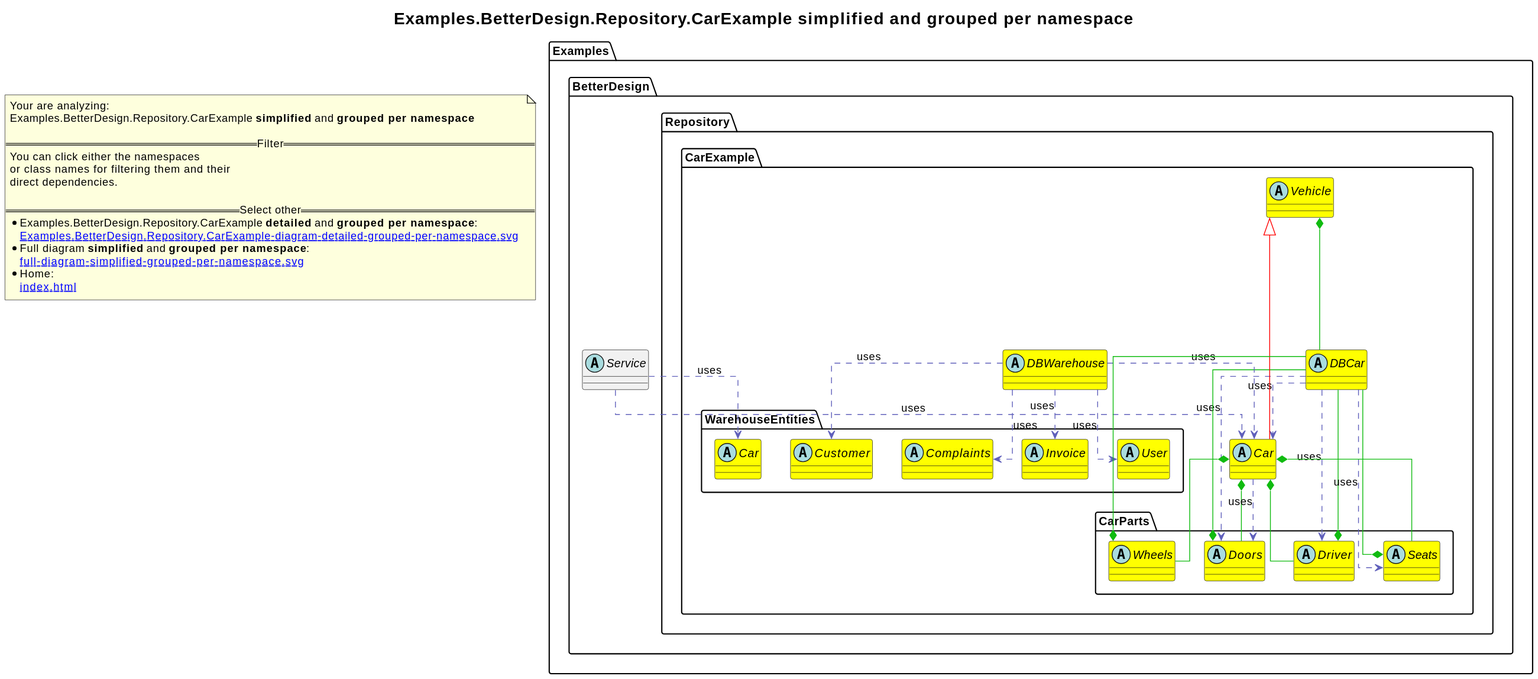
Above: revenger-csharp-adapter.out/Examples.BetterDesign.Repository.CarExample-diagram-simplified-grouped-per-namespace.svg in 2BlackCoffees/revenger (PlantUML), before the change. Its diagram source:
```plantuml
@startuml
skinparam linetype ortho
title <size:20>Examples.BetterDesign.Repository.CarExample **simplified** and **grouped per namespace**</size>
note "Your are analyzing:\nExamples.BetterDesign.Repository.CarExample **simplified** and **grouped per namespace**\n\n==Filter==\nYou can click either the namespaces \nor class names for filtering them and their\ndirect dependencies.\n\n==Select other==\n* Examples.BetterDesign.Repository.CarExample **detailed** and **grouped per namespace**:\n   [[Examples.BetterDesign.Repository.CarExample-diagram-detailed-grouped-per-namespace.svg]]\n* Full diagram **simplified** and **grouped per namespace**:\n   [[full-diagram-simplified-grouped-per-namespace.svg]]\n* Home:\n   [[index.html]]" as FloatingNote
namespace Examples [[Examples-diagram-simplified-grouped-per-namespace.svg]] {
namespace Examples.BetterDesign [[Examples.BetterDesign-diagram-simplified-grouped-per-namespace.svg]] {
  abstract class Examples.BetterDesign.Service [[Examples.BetterDesign.Service-diagram-simplified-grouped-per-namespace.svg]]  {
  }
}
}
namespace Examples [[Examples-diagram-simplified-grouped-per-namespace.svg]] {
namespace Examples.BetterDesign [[Examples.BetterDesign-diagram-simplified-grouped-per-namespace.svg]] {
namespace Examples.BetterDesign.Repository [[Examples.BetterDesign.Repository-diagram-simplified-grouped-per-namespace.svg]] {
namespace Examples.BetterDesign.Repository.CarExample [[Examples.BetterDesign.Repository.CarExample-diagram-simplified-grouped-per-namespace.svg]] {
      abstract class Examples.BetterDesign.Repository.CarExample.DBCar [[Examples.BetterDesign.Repository.CarExample.DBCar-diagram-simplified-grouped-per-namespace.svg]] #yellow {
      }
      abstract class Examples.BetterDesign.Repository.CarExample.Car [[Examples.BetterDesign.Repository.CarExample.Car-diagram-simplified-grouped-per-namespace.svg]] #yellow {
      }
      abstract class Examples.BetterDesign.Repository.CarExample.DBWarehouse [[Examples.BetterDesign.Repository.CarExample.DBWarehouse-diagram-simplified-grouped-per-namespace.svg]] #yellow {
      }
      abstract class Examples.BetterDesign.Repository.CarExample.Vehicle [[Examples.BetterDesign.Repository.CarExample.Vehicle-diagram-simplified-grouped-per-namespace.svg]] #yellow {
      }
}
}
}
}
namespace Examples [[Examples-diagram-simplified-grouped-per-namespace.svg]] {
namespace Examples.BetterDesign [[Examples.BetterDesign-diagram-simplified-grouped-per-namespace.svg]] {
namespace Examples.BetterDesign.Repository [[Examples.BetterDesign.Repository-diagram-simplified-grouped-per-namespace.svg]] {
namespace Examples.BetterDesign.Repository.CarExample [[Examples.BetterDesign.Repository.CarExample-diagram-simplified-grouped-per-namespace.svg]] {
namespace Examples.BetterDesign.Repository.CarExample.CarParts [[Examples.BetterDesign.Repository.CarExample.CarParts-diagram-simplified-grouped-per-namespace.svg]] {
        abstract class Examples.BetterDesign.Repository.CarExample.CarParts.Driver [[Examples.BetterDesign.Repository.CarExample.CarParts.Driver-diagram-simplified-grouped-per-namespace.svg]] #yellow {
        }
        abstract class Examples.BetterDesign.Repository.CarExample.CarParts.Seats [[Examples.BetterDesign.Repository.CarExample.CarParts.Seats-diagram-simplified-grouped-per-namespace.svg]] #yellow {
        }
        abstract class Examples.BetterDesign.Repository.CarExample.CarParts.Doors [[Examples.BetterDesign.Repository.CarExample.CarParts.Doors-diagram-simplified-grouped-per-namespace.svg]] #yellow {
        }
        abstract class Examples.BetterDesign.Repository.CarExample.CarParts.Wheels [[Examples.BetterDesign.Repository.CarExample.CarParts.Wheels-diagram-simplified-grouped-per-namespace.svg]] #yellow {
        }
}
}
}
}
}
namespace Examples [[Examples-diagram-simplified-grouped-per-namespace.svg]] {
namespace Examples.BetterDesign [[Examples.BetterDesign-diagram-simplified-grouped-per-namespace.svg]] {
namespace Examples.BetterDesign.Repository [[Examples.BetterDesign.Repository-diagram-simplified-grouped-per-namespace.svg]] {
namespace Examples.BetterDesign.Repository.CarExample [[Examples.BetterDesign.Repository.CarExample-diagram-simplified-grouped-per-namespace.svg]] {
namespace Examples.BetterDesign.Repository.CarExample.WarehouseEntities [[Examples.BetterDesign.Repository.CarExample.WarehouseEntities-diagram-simplified-grouped-per-namespace.svg]] {
        abstract class Examples.BetterDesign.Repository.CarExample.WarehouseEntities.Invoice [[Examples.BetterDesign.Repository.CarExample.WarehouseEntities.Invoice-diagram-simplified-grouped-per-namespace.svg]] #yellow {
        }
        abstract class Examples.BetterDesign.Repository.CarExample.WarehouseEntities.Complaints [[Examples.BetterDesign.Repository.CarExample.WarehouseEntities.Complaints-diagram-simplified-grouped-per-namespace.svg]] #yellow {
        }
        abstract class Examples.BetterDesign.Repository.CarExample.WarehouseEntities.Customer [[Examples.BetterDesign.Repository.CarExample.WarehouseEntities.Customer-diagram-simplified-grouped-per-namespace.svg]] #yellow {
        }
        abstract class Examples.BetterDesign.Repository.CarExample.WarehouseEntities.User [[Examples.BetterDesign.Repository.CarExample.WarehouseEntities.User-diagram-simplified-grouped-per-namespace.svg]] #yellow {
        }
        abstract class Examples.BetterDesign.Repository.CarExample.WarehouseEntities.Car [[Examples.BetterDesign.Repository.CarExample.WarehouseEntities.Car-diagram-simplified-grouped-per-namespace.svg]] #yellow {
        }
}
}
}
}
}
Examples.BetterDesign.Service .[#6060BB].> Examples.BetterDesign.Repository.CarExample.Car  : uses
Examples.BetterDesign.Service .[#6060BB].> Examples.BetterDesign.Repository.CarExample.WarehouseEntities.Car  : uses
Examples.BetterDesign.Repository.CarExample.DBCar .[#6060BB].> Examples.BetterDesign.Repository.CarExample.CarParts.Driver  : uses
Examples.BetterDesign.Repository.CarExample.DBCar .[#6060BB].> Examples.BetterDesign.Repository.CarExample.Car  : uses
Examples.BetterDesign.Repository.CarExample.DBCar .[#6060BB].> Examples.BetterDesign.Repository.CarExample.CarParts.Seats  : uses
Examples.BetterDesign.Repository.CarExample.DBCar .[#6060BB].> Examples.BetterDesign.Repository.CarExample.CarParts.Doors  : uses
Examples.BetterDesign.Repository.CarExample.Vehicle <|-[#red]- Examples.BetterDesign.Repository.CarExample.Car
Examples.BetterDesign.Repository.CarExample.Car *-[#10BB10]- Examples.BetterDesign.Repository.CarExample.CarParts.Wheels
Examples.BetterDesign.Repository.CarExample.Car *-[#10BB10]- Examples.BetterDesign.Repository.CarExample.CarParts.Seats
Examples.BetterDesign.Repository.CarExample.Car *-[#10BB10]- Examples.BetterDesign.Repository.CarExample.CarParts.Driver
Examples.BetterDesign.Repository.CarExample.Car *-[#10BB10]- Examples.BetterDesign.Repository.CarExample.CarParts.Doors
Examples.BetterDesign.Repository.CarExample.Car .[#6060BB].> Examples.BetterDesign.Repository.CarExample.CarParts.Doors  : uses
Examples.BetterDesign.Repository.CarExample.DBWarehouse .[#6060BB].> Examples.BetterDesign.Repository.CarExample.WarehouseEntities.Invoice  : uses
Examples.BetterDesign.Repository.CarExample.DBWarehouse .[#6060BB].> Examples.BetterDesign.Repository.CarExample.WarehouseEntities.Complaints  : uses
Examples.BetterDesign.Repository.CarExample.DBWarehouse .[#6060BB].> Examples.BetterDesign.Repository.CarExample.WarehouseEntities.Customer  : uses
Examples.BetterDesign.Repository.CarExample.DBWarehouse .[#6060BB].> Examples.BetterDesign.Repository.CarExample.Car  : uses
Examples.BetterDesign.Repository.CarExample.DBWarehouse .[#6060BB].> Examples.BetterDesign.Repository.CarExample.WarehouseEntities.User  : uses
Examples.BetterDesign.Repository.CarExample.Vehicle *-[#10BB10]- Examples.BetterDesign.Repository.CarExample.DBCar
Examples.BetterDesign.Repository.CarExample.CarParts.Driver *-[#10BB10]- Examples.BetterDesign.Repository.CarExample.DBCar
Examples.BetterDesign.Repository.CarExample.CarParts.Seats *-[#10BB10]- Examples.BetterDesign.Repository.CarExample.DBCar
Examples.BetterDesign.Repository.CarExample.CarParts.Doors *-[#10BB10]- Examples.BetterDesign.Repository.CarExample.DBCar
Examples.BetterDesign.Repository.CarExample.CarParts.Wheels *-[#10BB10]- Examples.BetterDesign.Repository.CarExample.DBCar
@enduml
```
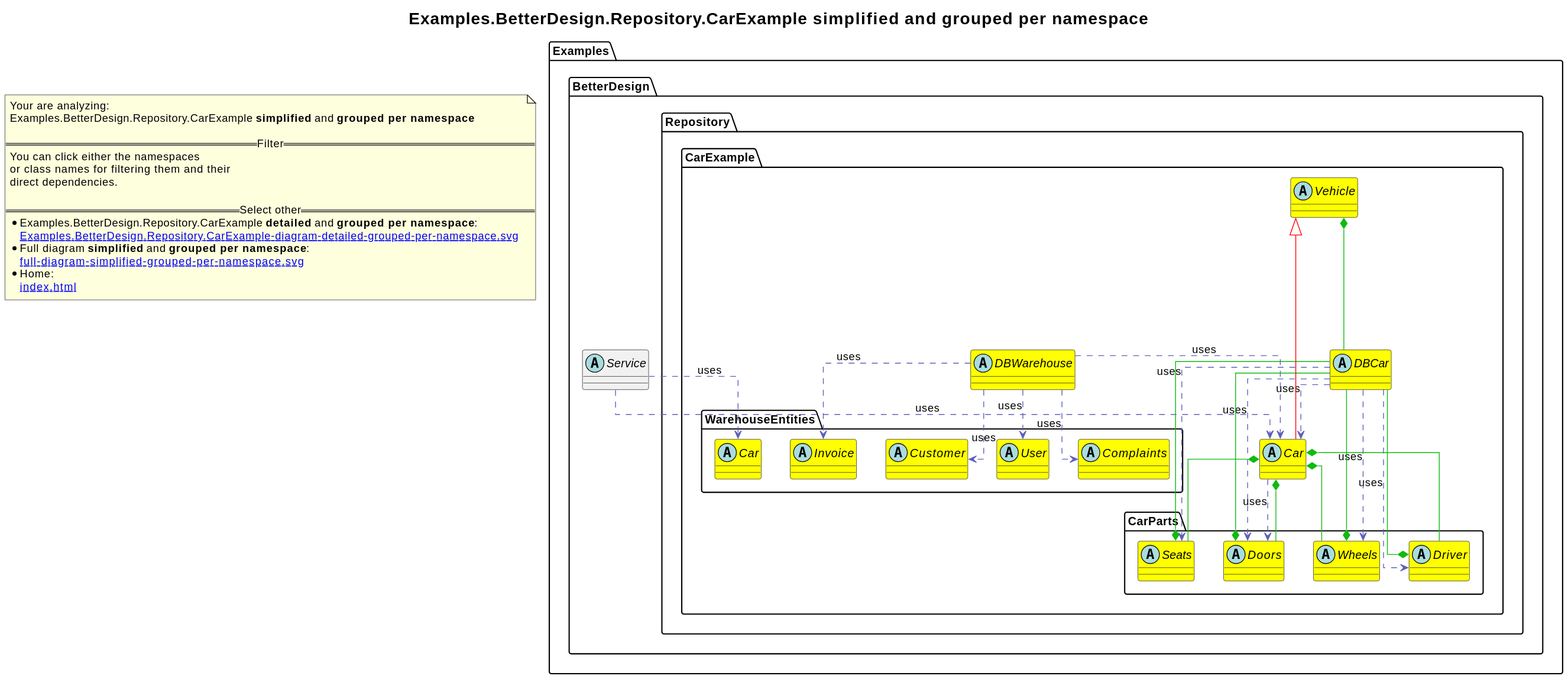
Above is the later version.

Diff of the diagram source:
```diff
@@ -47,11 +47,11 @@
 namespace Examples.BetterDesign.Repository [[Examples.BetterDesign.Repository-diagram-simplified-grouped-per-namespace.svg]] {
 namespace Examples.BetterDesign.Repository.CarExample [[Examples.BetterDesign.Repository.CarExample-diagram-simplified-grouped-per-namespace.svg]] {
 namespace Examples.BetterDesign.Repository.CarExample.WarehouseEntities [[Examples.BetterDesign.Repository.CarExample.WarehouseEntities-diagram-simplified-grouped-per-namespace.svg]] {
+        abstract class Examples.BetterDesign.Repository.CarExample.WarehouseEntities.Customer [[Examples.BetterDesign.Repository.CarExample.WarehouseEntities.Customer-diagram-simplified-grouped-per-namespace.svg]] #yellow {
+        }
         abstract class Examples.BetterDesign.Repository.CarExample.WarehouseEntities.Invoice [[Examples.BetterDesign.Repository.CarExample.WarehouseEntities.Invoice-diagram-simplified-grouped-per-namespace.svg]] #yellow {
         }
         abstract class Examples.BetterDesign.Repository.CarExample.WarehouseEntities.Complaints [[Examples.BetterDesign.Repository.CarExample.WarehouseEntities.Complaints-diagram-simplified-grouped-per-namespace.svg]] #yellow {
-        }
-        abstract class Examples.BetterDesign.Repository.CarExample.WarehouseEntities.Customer [[Examples.BetterDesign.Repository.CarExample.WarehouseEntities.Customer-diagram-simplified-grouped-per-namespace.svg]] #yellow {
         }
         abstract class Examples.BetterDesign.Repository.CarExample.WarehouseEntities.User [[Examples.BetterDesign.Repository.CarExample.WarehouseEntities.User-diagram-simplified-grouped-per-namespace.svg]] #yellow {
         }
@@ -62,22 +62,23 @@
 }
 }
 }
+Examples.BetterDesign.Service .[#6060BB].> Examples.BetterDesign.Repository.CarExample.WarehouseEntities.Car  : uses
 Examples.BetterDesign.Service .[#6060BB].> Examples.BetterDesign.Repository.CarExample.Car  : uses
-Examples.BetterDesign.Service .[#6060BB].> Examples.BetterDesign.Repository.CarExample.WarehouseEntities.Car  : uses
 Examples.BetterDesign.Repository.CarExample.DBCar .[#6060BB].> Examples.BetterDesign.Repository.CarExample.CarParts.Driver  : uses
 Examples.BetterDesign.Repository.CarExample.DBCar .[#6060BB].> Examples.BetterDesign.Repository.CarExample.Car  : uses
 Examples.BetterDesign.Repository.CarExample.DBCar .[#6060BB].> Examples.BetterDesign.Repository.CarExample.CarParts.Seats  : uses
 Examples.BetterDesign.Repository.CarExample.DBCar .[#6060BB].> Examples.BetterDesign.Repository.CarExample.CarParts.Doors  : uses
+Examples.BetterDesign.Repository.CarExample.DBCar .[#6060BB].> Examples.BetterDesign.Repository.CarExample.CarParts.Wheels  : uses
 Examples.BetterDesign.Repository.CarExample.Vehicle <|-[#red]- Examples.BetterDesign.Repository.CarExample.Car
 Examples.BetterDesign.Repository.CarExample.Car *-[#10BB10]- Examples.BetterDesign.Repository.CarExample.CarParts.Wheels
 Examples.BetterDesign.Repository.CarExample.Car *-[#10BB10]- Examples.BetterDesign.Repository.CarExample.CarParts.Seats
 Examples.BetterDesign.Repository.CarExample.Car *-[#10BB10]- Examples.BetterDesign.Repository.CarExample.CarParts.Driver
 Examples.BetterDesign.Repository.CarExample.Car *-[#10BB10]- Examples.BetterDesign.Repository.CarExample.CarParts.Doors
 Examples.BetterDesign.Repository.CarExample.Car .[#6060BB].> Examples.BetterDesign.Repository.CarExample.CarParts.Doors  : uses
+Examples.BetterDesign.Repository.CarExample.DBWarehouse .[#6060BB].> Examples.BetterDesign.Repository.CarExample.WarehouseEntities.Customer  : uses
 Examples.BetterDesign.Repository.CarExample.DBWarehouse .[#6060BB].> Examples.BetterDesign.Repository.CarExample.WarehouseEntities.Invoice  : uses
+Examples.BetterDesign.Repository.CarExample.DBWarehouse .[#6060BB].> Examples.BetterDesign.Repository.CarExample.Car  : uses
 Examples.BetterDesign.Repository.CarExample.DBWarehouse .[#6060BB].> Examples.BetterDesign.Repository.CarExample.WarehouseEntities.Complaints  : uses
-Examples.BetterDesign.Repository.CarExample.DBWarehouse .[#6060BB].> Examples.BetterDesign.Repository.CarExample.WarehouseEntities.Customer  : uses
-Examples.BetterDesign.Repository.CarExample.DBWarehouse .[#6060BB].> Examples.BetterDesign.Repository.CarExample.Car  : uses
 Examples.BetterDesign.Repository.CarExample.DBWarehouse .[#6060BB].> Examples.BetterDesign.Repository.CarExample.WarehouseEntities.User  : uses
 Examples.BetterDesign.Repository.CarExample.Vehicle *-[#10BB10]- Examples.BetterDesign.Repository.CarExample.DBCar
 Examples.BetterDesign.Repository.CarExample.CarParts.Driver *-[#10BB10]- Examples.BetterDesign.Repository.CarExample.DBCar
```
